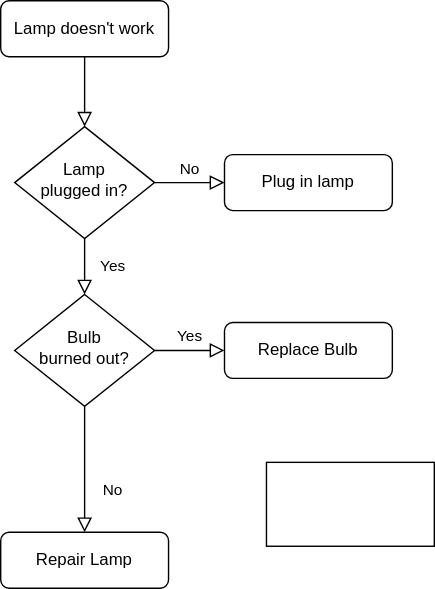
The draw.io diagram 大件库区周推荐商品移入移出.drawio.svg in Viggon/draw.io, before a commit. Source tidied: cells renumbered, new cells last; positions are measured from the earlier drawing's top-left corner, leaving out a move shared by most shapes.
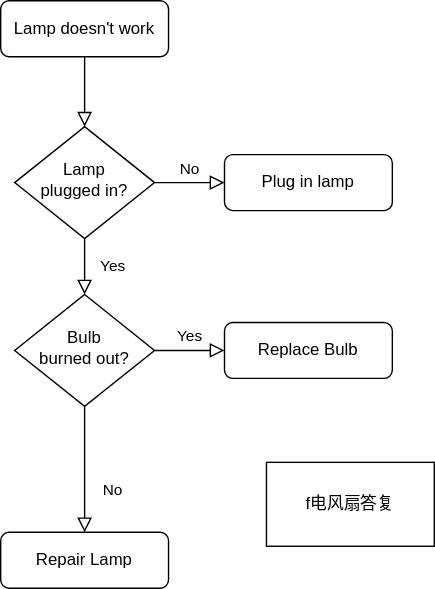
The same diagram one commit later.

Commit message:
更新大件库区周推荐商品移入移出.drawio.svg

Change to the diagram source:
```diff
@@ -35,7 +35,7 @@
     <mxCell id="12" value="Replace Bulb" style="rounded=1;whiteSpace=wrap;html=1;fontSize=12;glass=0;strokeWidth=1;shadow=0;" parent="1" vertex="1">
       <mxGeometry x="160" y="230" width="120" height="40" as="geometry" />
     </mxCell>
-    <mxCell id="13" style="rounded=0;whiteSpace=wrap;html=1;" parent="1" vertex="1">
+    <mxCell id="13" value="f电风扇答复" style="rounded=0;whiteSpace=wrap;html=1;" parent="1" vertex="1">
       <mxGeometry x="190" y="330" width="120" height="60" as="geometry" />
     </mxCell>
   </root>
```
